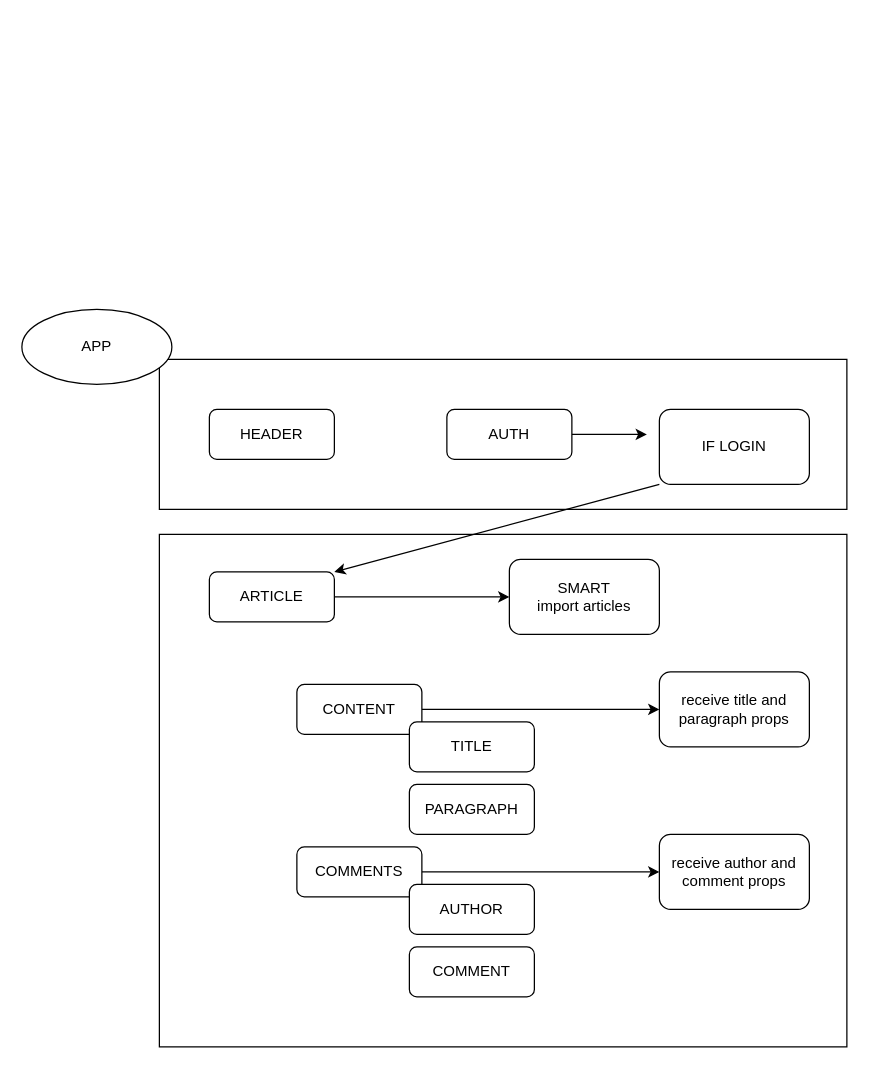
Above: components.drawio in SchoolOfCode/w10_recap-tasks-Luis0lo (draw.io), before the change. Source tidied: cells renumbered, new cells numbered last; positions are measured from the earlier drawing's top-left corner, leaving out a move shared by most shapes. Both pictures are drawn from the tidied source at 125%, with x=0, y=0 at pixel (21, 309).
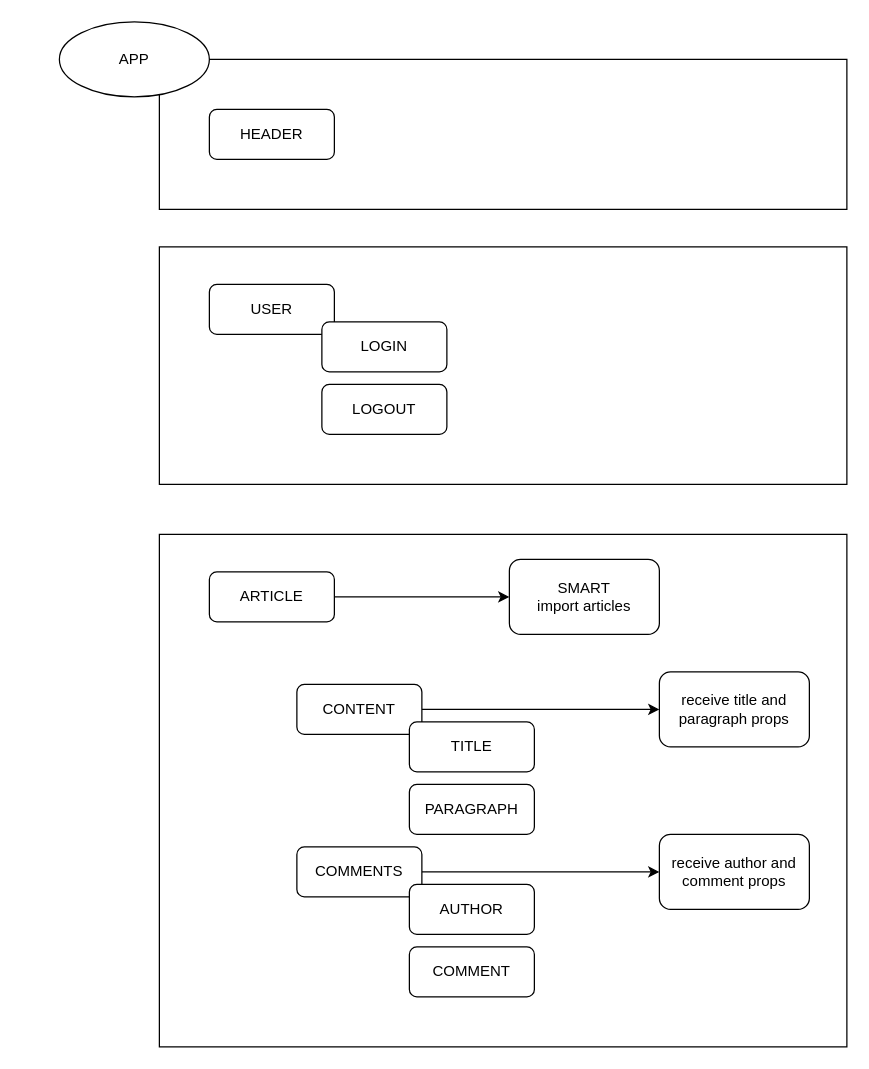
The same diagram, later.

Commit message (it also covers changes not shown here):
login/logout

The change refers to these unchanged cells:
```xml
<mxCell id="7" value="ARTICLE" style="rounded=1;whiteSpace=wrap;html=1;" parent="1" vertex="1">
  <mxGeometry x="150" y="210" width="100" height="40" as="geometry" />
</mxCell>
```

What changed in the source:
```diff
@@
+    <mxCell id="23" style="whiteSpace=wrap;html=1;" parent="1" vertex="1">
+      <mxGeometry x="110" y="-50" width="550" height="190" as="geometry" />
+    </mxCell>
     <mxCell id="2" style="whiteSpace=wrap;html=1;" parent="1" vertex="1">
-      <mxGeometry x="110" y="40" width="550" height="120" as="geometry" />
+      <mxGeometry x="110" y="-200" width="550" height="120" as="geometry" />
     </mxCell>
@@
     <mxCell id="4" value="HEADER" style="rounded=1;whiteSpace=wrap;html=1;" parent="1" vertex="1">
-      <mxGeometry x="150" y="80" width="100" height="40" as="geometry" />
+      <mxGeometry x="150" y="-160" width="100" height="40" as="geometry" />
     </mxCell>
     <mxCell id="5" value="APP" style="ellipse;whiteSpace=wrap;html=1;" parent="1" vertex="1">
-      <mxGeometry width="120" height="60" as="geometry" />
+      <mxGeometry x="30" y="-230" width="120" height="60" as="geometry" />
     </mxCell>
@@
-    <mxCell id="19" style="edgeStyle=none;html=1;exitX=1;exitY=0.5;exitDx=0;exitDy=0;" parent="1" edge="1" source="20">
-      <mxGeometry relative="1" as="geometry">
-        <mxPoint x="500" y="100" as="targetPoint" />
-      </mxGeometry>
-    </mxCell>
-    <mxCell id="20" value="AUTH" style="rounded=1;whiteSpace=wrap;html=1;" parent="1" vertex="1">
-      <mxGeometry x="340" y="80" width="100" height="40" as="geometry" />
+    <mxCell id="20" value="USER" style="rounded=1;whiteSpace=wrap;html=1;" parent="1" vertex="1">
+      <mxGeometry x="150" y="-20" width="100" height="40" as="geometry" />
     </mxCell>
-    <mxCell id="21" style="edgeStyle=none;html=1;exitX=0;exitY=1;exitDx=0;exitDy=0;entryX=1;entryY=0;entryDx=0;entryDy=0;" parent="1" edge="1" source="22" target="7">
-      <mxGeometry relative="1" as="geometry" />
-    </mxCell>
-    <mxCell id="22" value="IF LOGIN" style="whiteSpace=wrap;html=1;rounded=1;" parent="1" vertex="1">
-      <mxGeometry x="510" y="80" width="120" height="60" as="geometry" />
-    </mxCell>
+    <mxCell id="24" value="LOGIN" style="rounded=1;whiteSpace=wrap;html=1;" parent="1" vertex="1">
+      <mxGeometry x="240" y="10" width="100" height="40" as="geometry" />
+    </mxCell>
+    <mxCell id="25" value="LOGOUT" style="rounded=1;whiteSpace=wrap;html=1;" parent="1" vertex="1">
+      <mxGeometry x="240" y="60" width="100" height="40" as="geometry" />
+    </mxCell>
```
